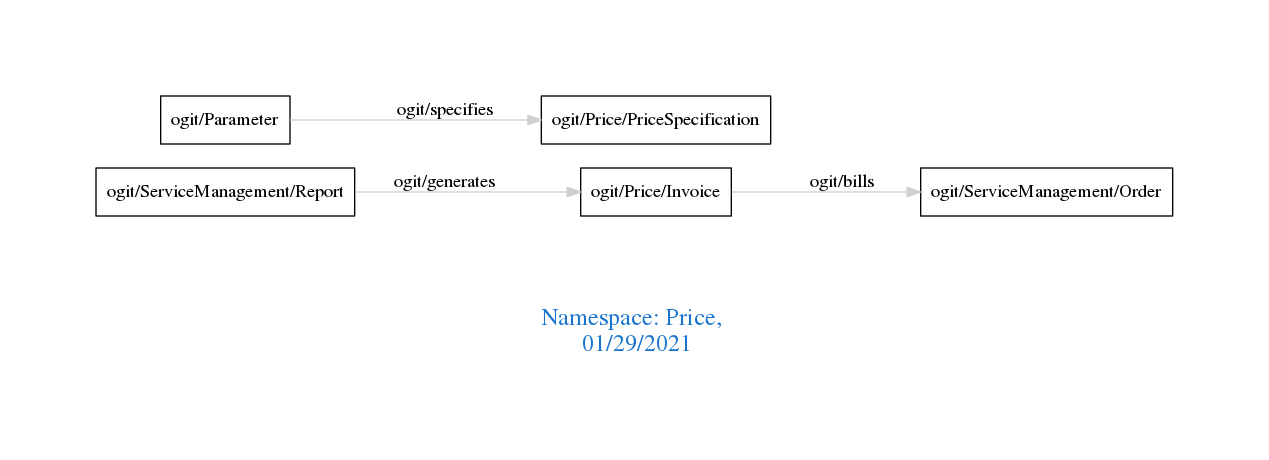
Earlier version of the Graphviz export downloads/Price.png (arago/OGIT). Its source is kept beside it as downloads/Price.dot.
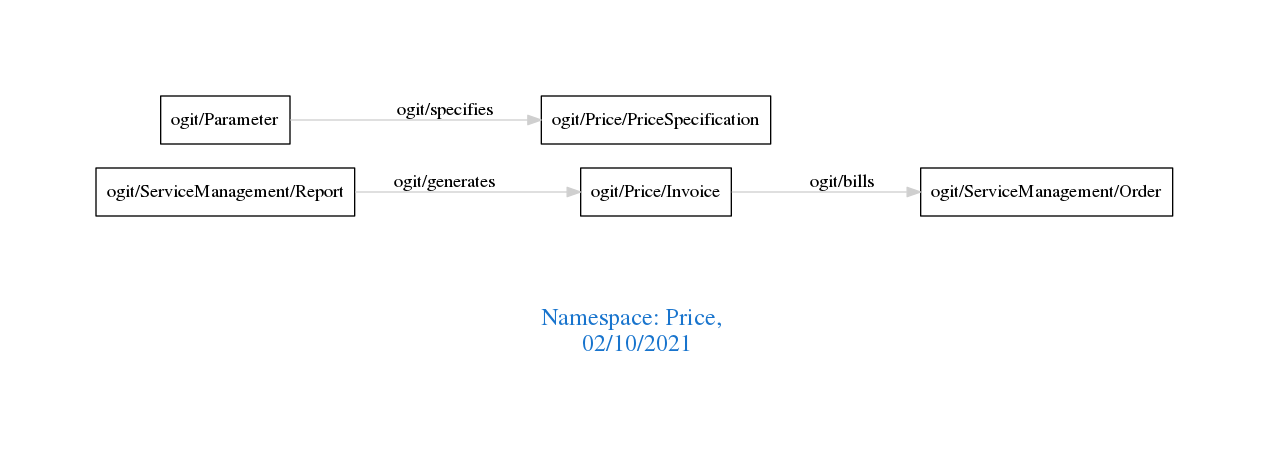
After the change.

What changed in the source:
```diff
@@ -1,7 +1,7 @@
 digraph OGIT_ontology {
  graph [ rankdir= LR,pad=1
 fontsize = 18,
-fontcolor= dodgerblue3,label = "\n\n\nNamespace: Price, \n 01/29/2021"];
+fontcolor= dodgerblue3,label = "\n\n\nNamespace: Price, \n 02/10/2021"];
 node[shape=polygon];
 edge [  color="gray81"];
 
```
